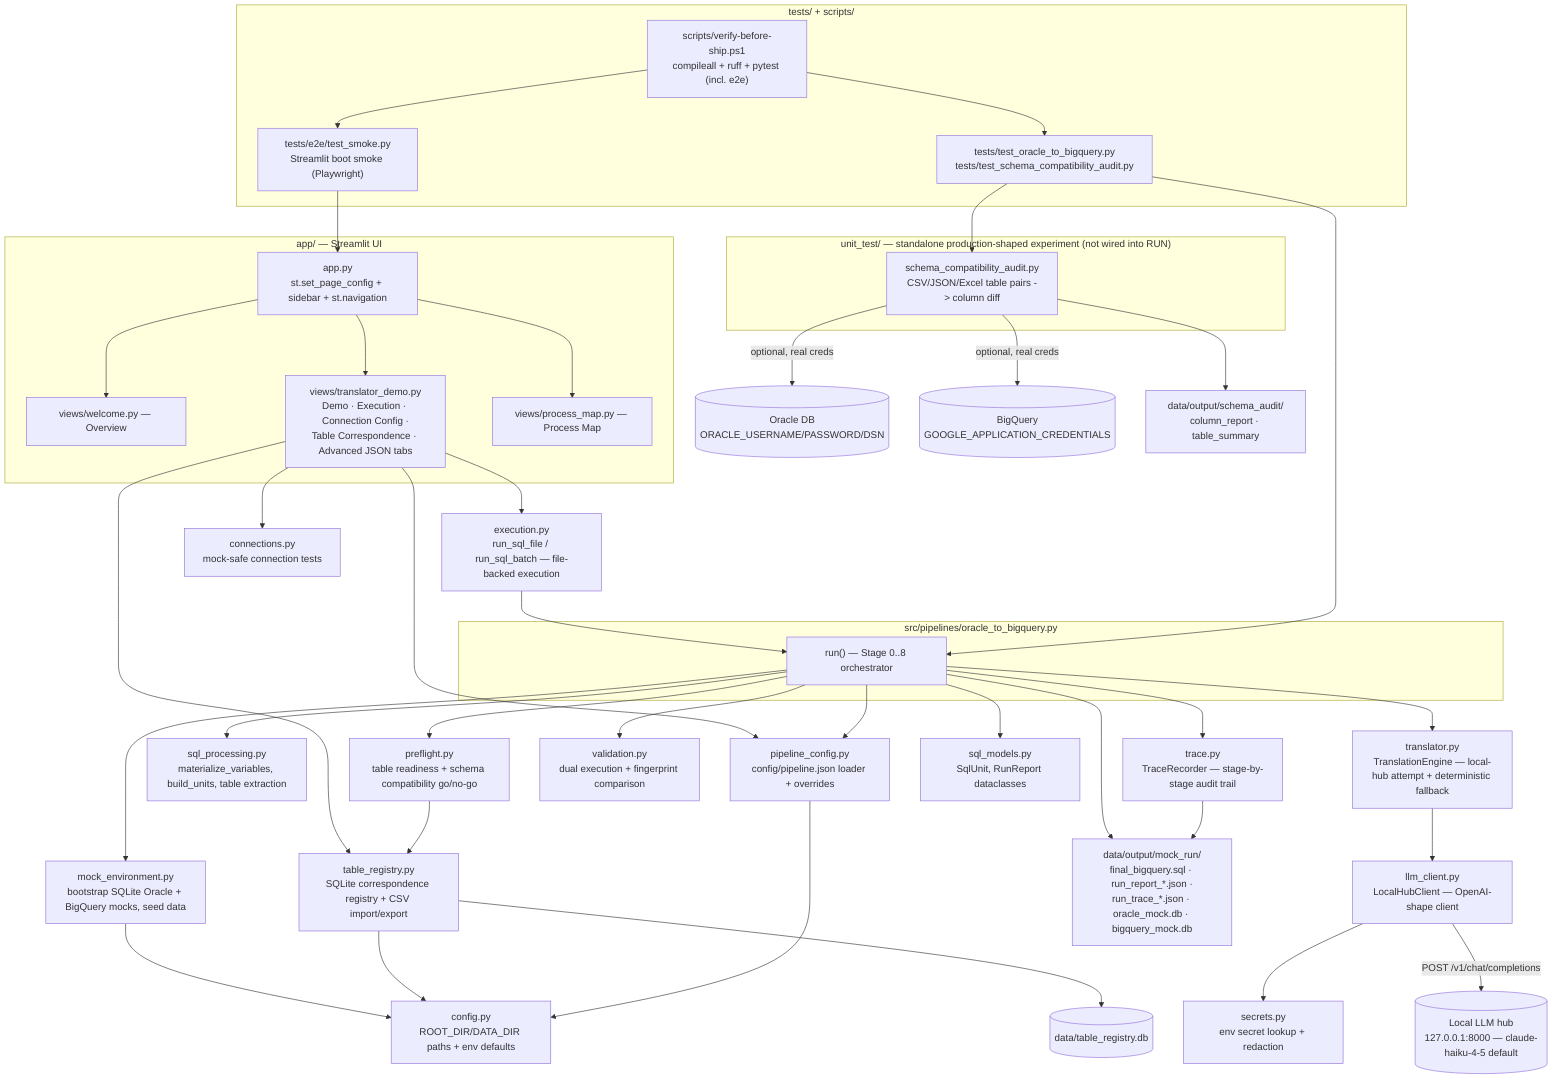
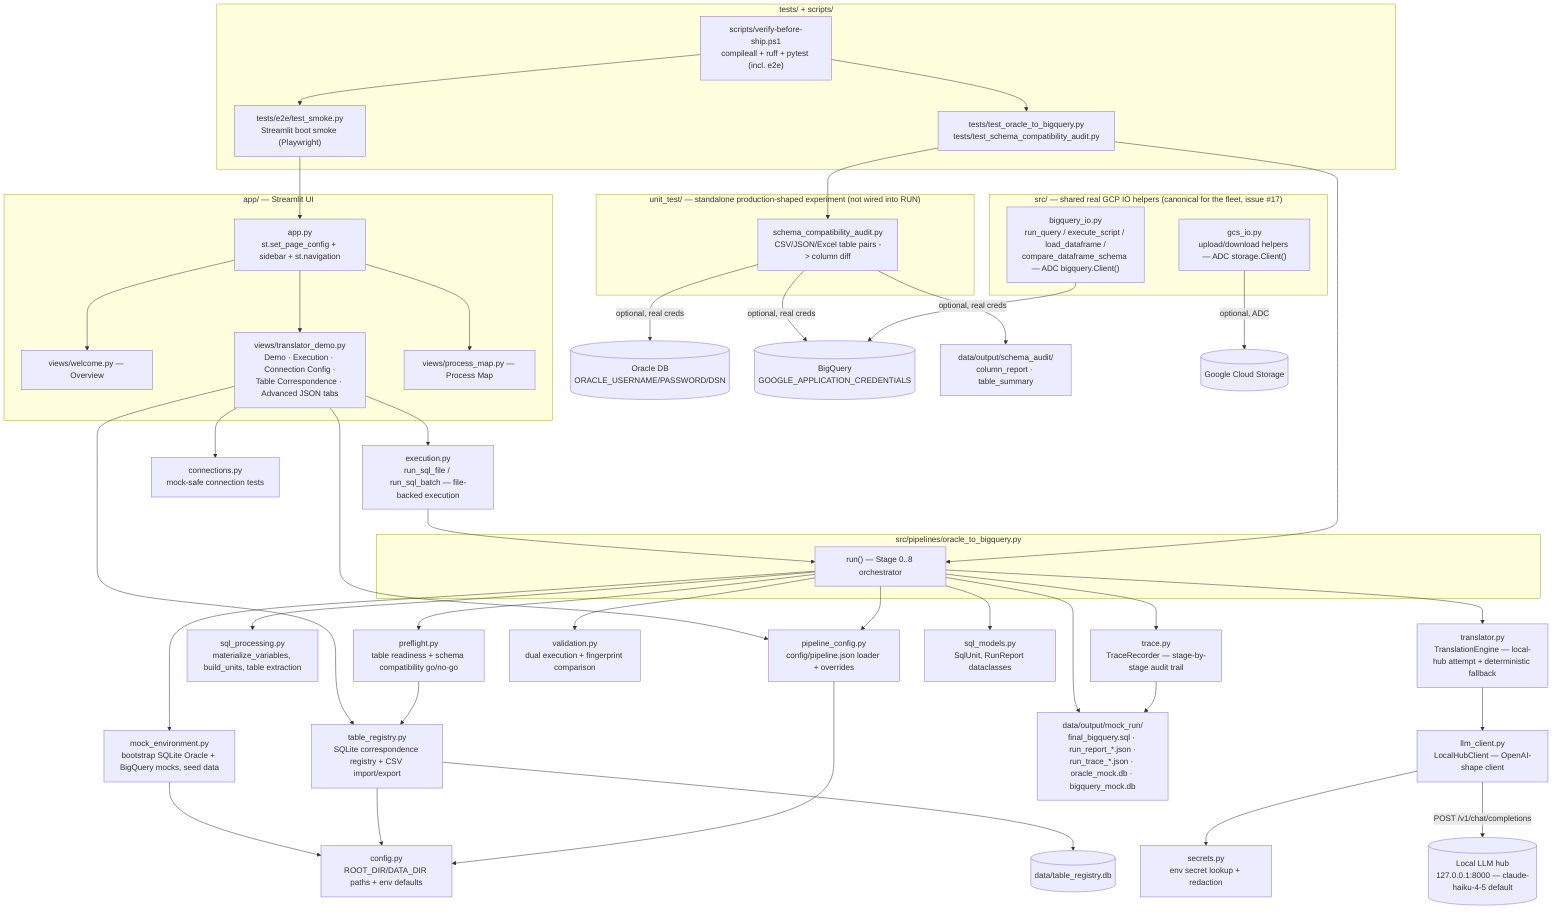
%% docs/architecture.mmd — oracle-to-gcp's own internal structure.
%% Hand-authored, not generated — this is the per-repo companion diagram to the
%% fleet-wide convention established in ferraroroberto/fleet-config#256. There is
%% no structured source to crawl for a repo's own internal shape, so it is
%% authored once and kept correct by discipline. Update this diagram in the
%% same PR as any material structural change (a new pipeline stage, a moved
%% module, a new external dependency) — same anti-staleness contract as this
%% repo's own `.fleet.toml` `description` field. See this repo's CLAUDE.md
%% "Internal architecture" section for the pointer.

flowchart TB
  subgraph ui["app/ — Streamlit UI"]
    APP["app.py\nst.set_page_config + sidebar + st.navigation"]
    WELCOME["views/welcome.py — Overview"]
    DEMO["views/translator_demo.py\nDemo · Execution · Connection Config ·\nTable Correspondence · Advanced JSON tabs"]
    PMAP["views/process_map.py — Process Map"]
  end
  APP --> WELCOME
  APP --> DEMO
  APP --> PMAP

  EXEC["execution.py\nrun_sql_file / run_sql_batch — file-backed execution"]
  CONN["connections.py\nmock-safe connection tests"]
  TABLEREG["table_registry.py\nSQLite correspondence registry + CSV import/export"]
  PIPECFG["pipeline_config.py\nconfig/pipeline.json loader + overrides"]
  DEMO --> EXEC
  DEMO --> CONN
  DEMO --> TABLEREG
  DEMO --> PIPECFG

  subgraph pipeline["src/pipelines/oracle_to_bigquery.py"]
    RUN["run() — Stage 0..8 orchestrator"]
  end
  EXEC --> RUN

  MOCKENV["mock_environment.py\nbootstrap SQLite Oracle + BigQuery mocks, seed data"]
  SQLPROC["sql_processing.py\nmaterialize_variables, build_units, table extraction"]
  PREFLIGHT["preflight.py\ntable readiness + schema compatibility go/no-go"]
  TRANSLATE["translator.py\nTranslationEngine — local-hub attempt + deterministic fallback"]
  VALIDATE["validation.py\ndual execution + fingerprint comparison"]
  TRACE["trace.py\nTraceRecorder — stage-by-stage audit trail"]
  MODELS["sql_models.py\nSqlUnit, RunReport dataclasses"]

  RUN --> MOCKENV
  RUN --> SQLPROC
  RUN --> PREFLIGHT
  RUN --> TRANSLATE
  RUN --> VALIDATE
  RUN --> TRACE
  RUN --> MODELS
  RUN --> PIPECFG

  PREFLIGHT --> TABLEREG
  TABLEREG --> REGDB[("data/table_registry.db")]

  LLMCLIENT["llm_client.py\nLocalHubClient — OpenAI-shape client"]
  SECRETS["secrets.py\nenv secret lookup + redaction"]
  TRANSLATE --> LLMCLIENT
  LLMCLIENT --> SECRETS
  LLMCLIENT -->|"POST /v1/chat/completions"| HUB[("Local LLM hub\n127.0.0.1:8000 — claude-haiku-4-5 default")]

  CONFIGPY["config.py\nROOT_DIR/DATA_DIR paths + env defaults"]
  MOCKENV --> CONFIGPY
  TABLEREG --> CONFIGPY
  PIPECFG --> CONFIGPY

  ARTIFACTS["data/output/mock_run/\nfinal_bigquery.sql · run_report_*.json ·\nrun_trace_*.json · oracle_mock.db · bigquery_mock.db"]
  RUN --> ARTIFACTS
  TRACE --> ARTIFACTS

  subgraph standalone["unit_test/ — standalone production-shaped experiment (not wired into RUN)"]
    AUDIT["schema_compatibility_audit.py\nCSV/JSON/Excel table pairs -> column diff"]
  end
  AUDIT -->|optional, real creds| ORACLEDB[("Oracle DB\nORACLE_USERNAME/PASSWORD/DSN")]
  AUDIT -->|optional, real creds| BQPROD[("BigQuery\nGOOGLE_APPLICATION_CREDENTIALS")]
  AUDIT --> AUDITOUT["data/output/schema_audit/\ncolumn_report · table_summary"]

+   subgraph shared["src/ — shared real GCP IO helpers (canonical for the fleet, issue #17)"]
+     GCSIO["gcs_io.py\nupload/download helpers — ADC storage.Client()"]
+     BQIO["bigquery_io.py\nrun_query / execute_script / load_dataframe /\ncompare_dataframe_schema — ADC bigquery.Client()"]
+   end
+   GCSIO -->|optional, ADC| GCS[("Google Cloud Storage")]
+   BQIO -->|optional, real creds| BQPROD
+ 
  subgraph testing["tests/ + scripts/"]
    GATE["scripts/verify-before-ship.ps1\ncompileall + ruff + pytest (incl. e2e)"]
    UNIT["tests/test_oracle_to_bigquery.py\ntests/test_schema_compatibility_audit.py"]
    E2E["tests/e2e/test_smoke.py\nStreamlit boot smoke (Playwright)"]
  end
  GATE --> UNIT
  GATE --> E2E
  UNIT --> RUN
  UNIT --> AUDIT
  E2E --> APP
